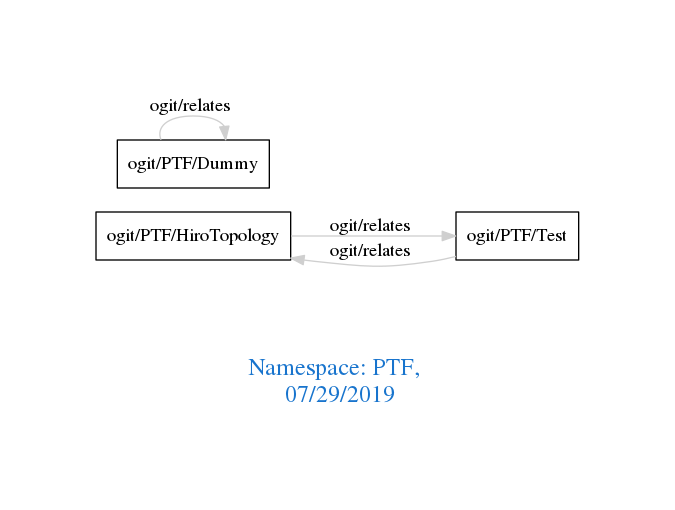
arago/OGIT keeps this Graphviz diagram as downloads/PTF.png. Above is the earlier version. Its source is kept beside it as downloads/PTF.dot.
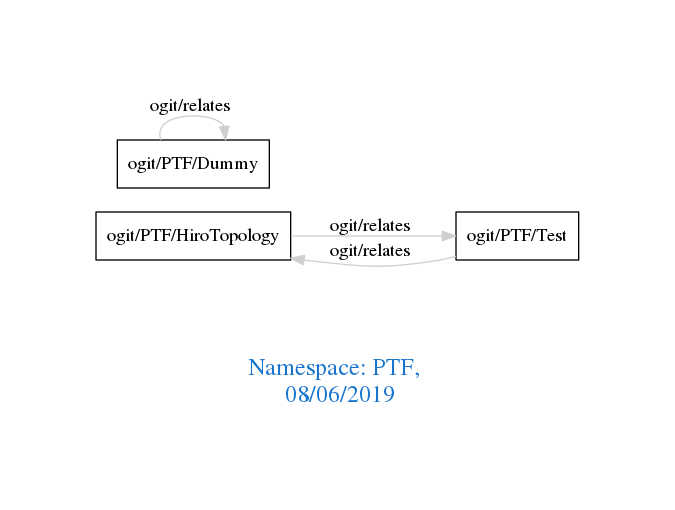
Later version of the same file.

Diff of the diagram source:
```diff
@@ -1,7 +1,7 @@
 digraph OGIT_ontology {
  graph [ rankdir= LR,pad=1
 fontsize = 18,
-fontcolor= dodgerblue3,label = "\n\n\nNamespace: PTF, \n 07/29/2019"];
+fontcolor= dodgerblue3,label = "\n\n\nNamespace: PTF, \n 08/06/2019"];
 node[shape=polygon];
 edge [  color="gray81"];
 
```
